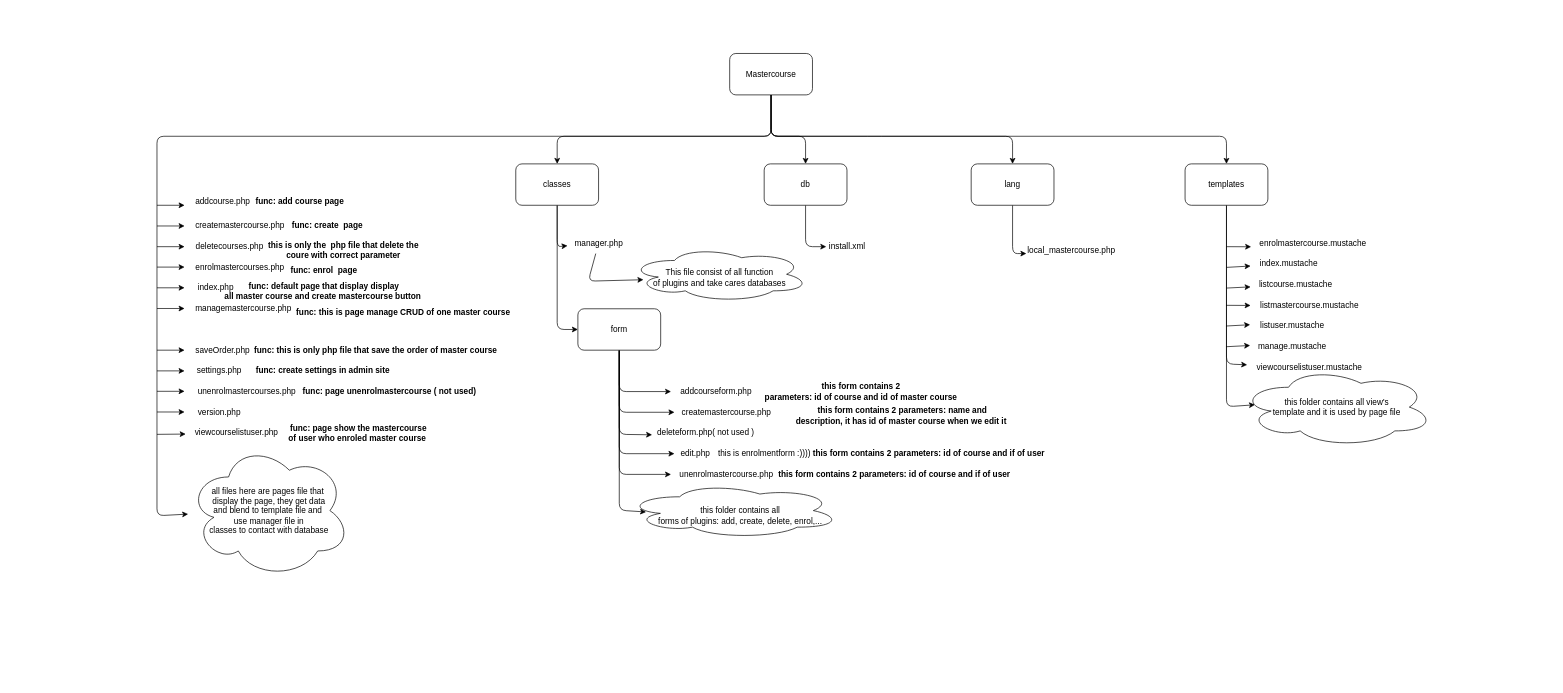
This is mastercourse_structure.drawio from Hieu271101/mastercourse_moodle, a draw.io file, before an edit. Source tidied: cells renumbered, new cells numbered last; positions are measured from the earlier drawing's top-left corner, leaving out a move shared by most shapes. Both pictures are drawn from the tidied source at 69%, with x=0, y=0 at pixel (157, 53).
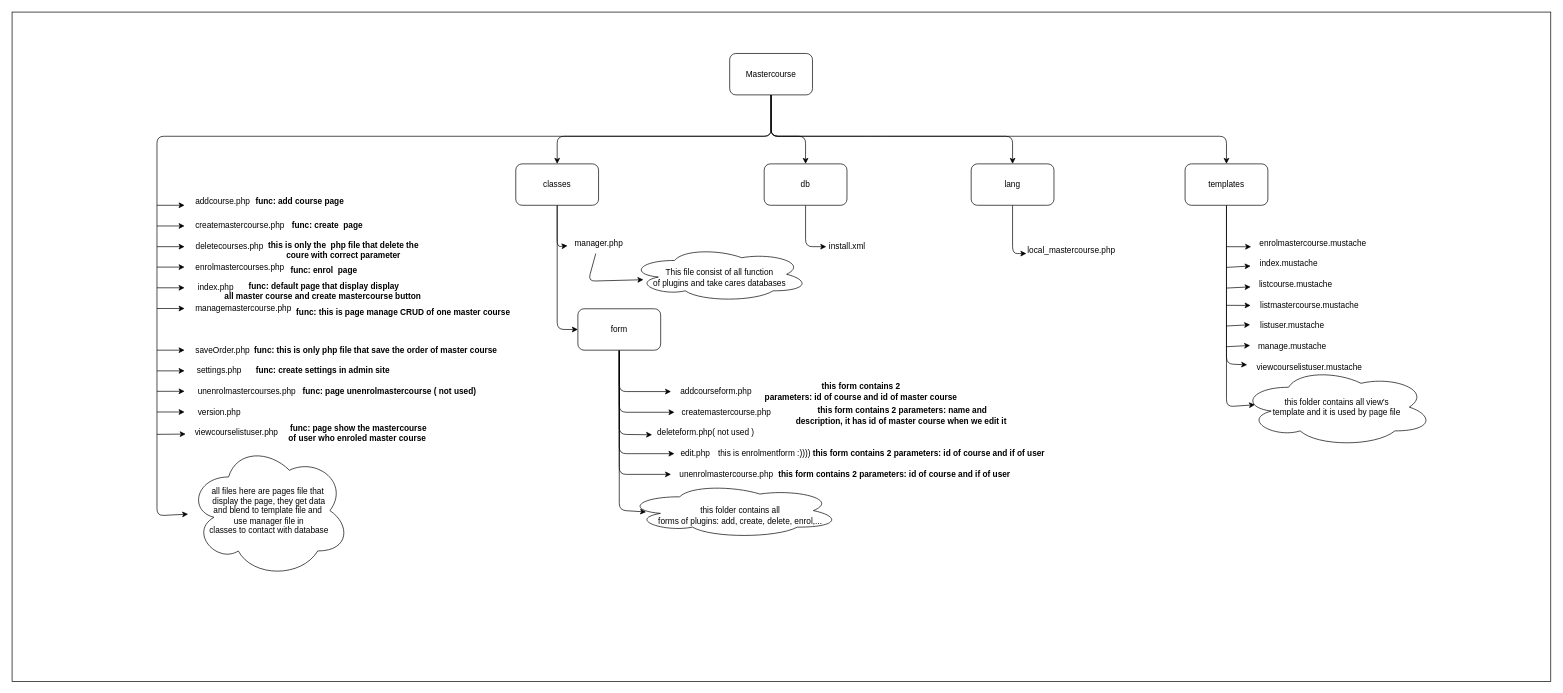
Above is the later version.

Diff of the diagram source:
```diff
@@
+    <mxCell id="90" style="rounded=0;whiteSpace=wrap;html=1;" parent="1" vertex="1">
+      <mxGeometry x="-210" y="-60" width="2230" height="970" as="geometry" />
+    </mxCell>
```
